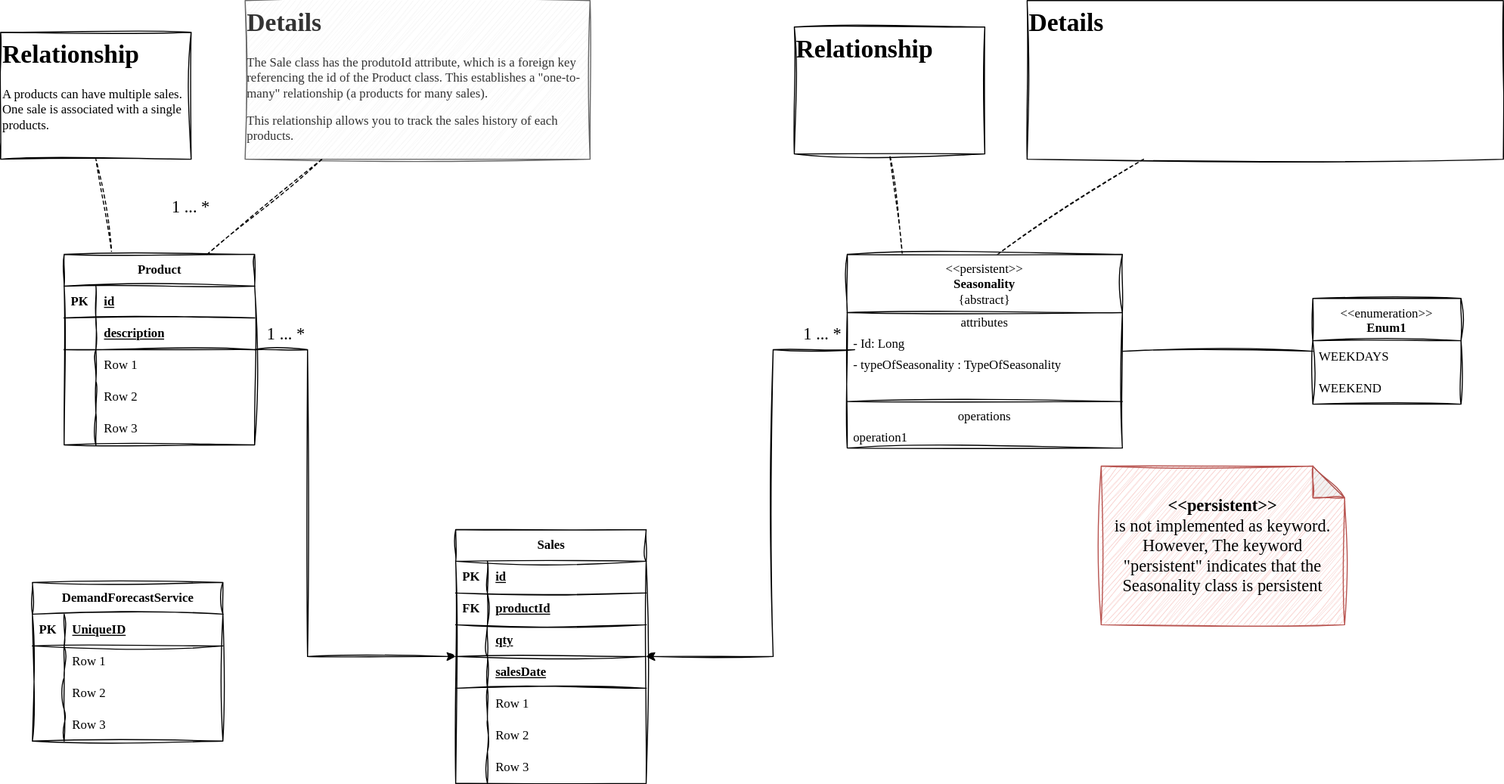
The draw.io diagram StockWise.drawio.svg in sergio-oliveira-br/StockWise, before a commit. Source tidied: cells renumbered, new cells last; positions are measured from the earlier drawing's top-left corner, leaving out a move shared by most shapes.
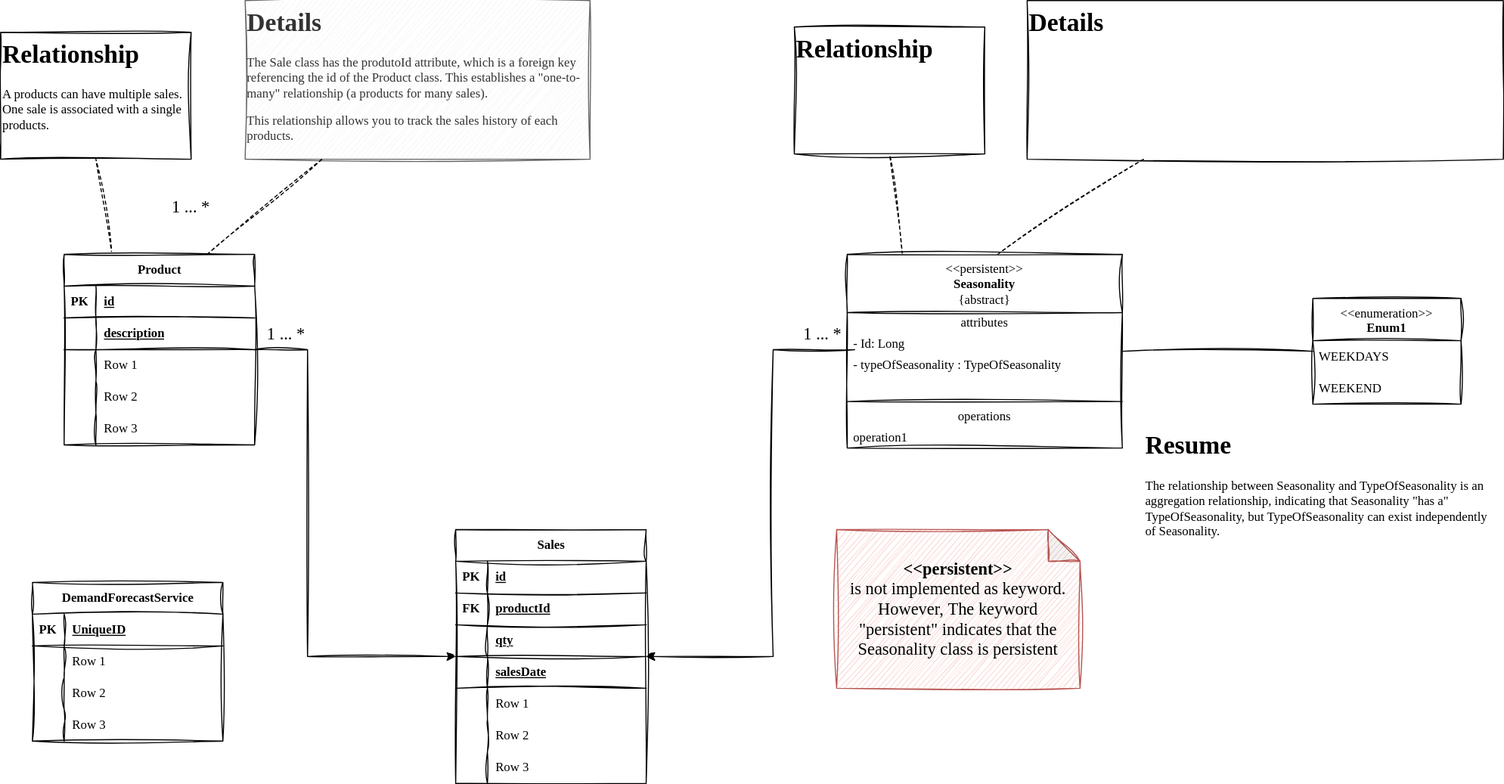
The same file after the commit.

Diff of the diagram source:
```diff
@@ -246,7 +246,10 @@
       <mxGeometry y="70" width="140" height="30" as="geometry" />
     </mxCell>
     <mxCell id="78" value="&lt;span style=&quot;text-align: start; font-size: medium;&quot;&gt;&lt;b&gt;&amp;lt;&amp;lt;persistent&amp;gt;&amp;gt;&lt;/b&gt;&lt;/span&gt;&lt;div&gt;&lt;span style=&quot;text-align: start; font-size: medium;&quot;&gt;is not implemented as keyword. However,&amp;nbsp;&lt;/span&gt;&lt;font size=&quot;3&quot;&gt;The keyword &quot;persistent&quot; indicates that the Seasonality class is persistent&lt;/font&gt;&lt;/div&gt;" style="shape=note;whiteSpace=wrap;html=1;backgroundOutline=1;darkOpacity=0.05;sketch=1;hachureGap=4;jiggle=2;curveFitting=1;fontFamily=Architects Daughter;fontSource=https%3A%2F%2Ffonts.googleapis.com%2Fcss%3Ffamily%3DArchitects%2BDaughter;fillColor=#f8cecc;strokeColor=#b85450;" parent="1" vertex="1">
-      <mxGeometry x="1040" y="440" width="230" height="150" as="geometry" />
+      <mxGeometry x="790" y="500" width="230" height="150" as="geometry" />
     </mxCell>
+    <mxCell id="79" value="&lt;h1 style=&quot;margin-top: 0px;&quot;&gt;Resume&lt;/h1&gt;&lt;p&gt;The relationship between Seasonality and TypeOfSeasonality is an aggregation relationship, indicating that Seasonality &quot;has a&quot; TypeOfSeasonality, but TypeOfSeasonality can exist independently of Seasonality.&lt;/p&gt;" style="text;html=1;whiteSpace=wrap;overflow=hidden;rounded=0;fontFamily=Architects Daughter;fontSource=https%3A%2F%2Ffonts.googleapis.com%2Fcss%3Ffamily%3DArchitects%2BDaughter;" parent="1" vertex="1">
+      <mxGeometry x="1080" y="400" width="330" height="130" as="geometry" />
+    </mxCell>
   </root>
 </mxGraphModel>
```
